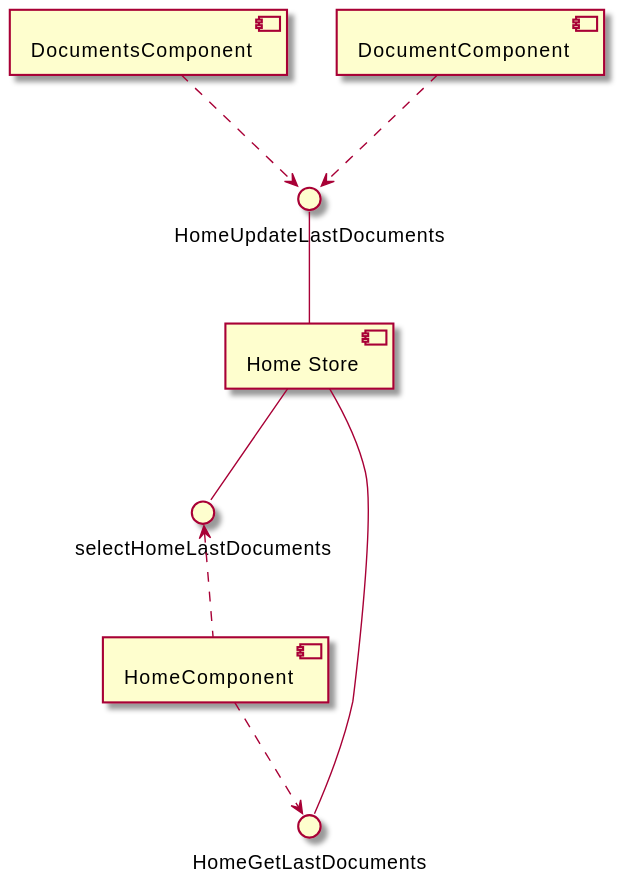
Above: documentation/out/puml/angular/home_store_component.svg in HISPAMUS/muret (PlantUML), before the change. Source of this version:
```plantuml
@startuml home_store_component
    [Home Store]
    HomeGetLastDocuments -- [Home Store]
    HomeUpdateLastDocuments -- [Home Store]
    [Home Store] -- selectHomeLastDocuments

    [HomeComponent] ..> HomeGetLastDocuments
    [DocumentsComponent] ..> HomeUpdateLastDocuments
    [DocumentComponent] ..> HomeUpdateLastDocuments
    selectHomeLastDocuments <.. [HomeComponent]
@enduml
```
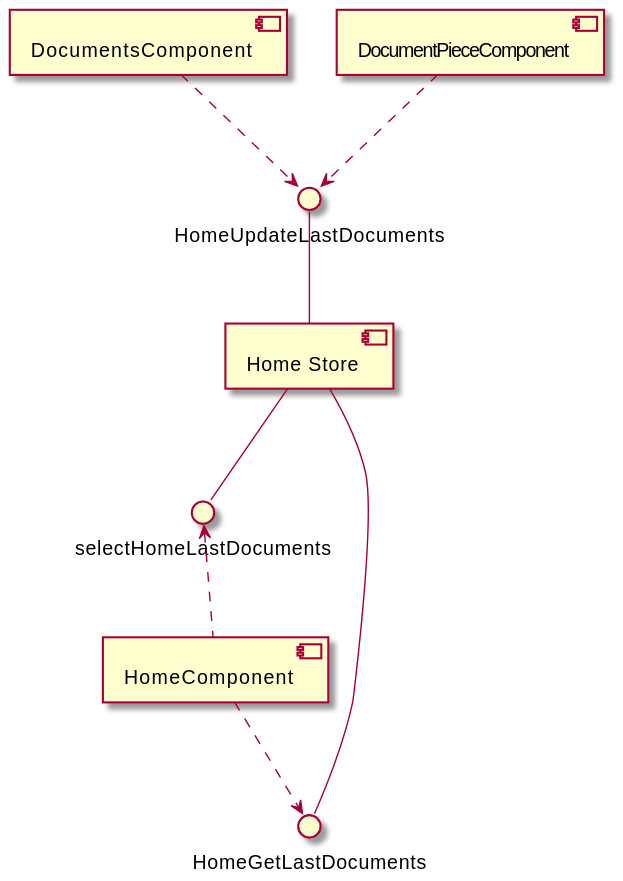
Above is the later version.

What changed in the source:
```diff
@@ -6,6 +6,6 @@
 
     [HomeComponent] ..> HomeGetLastDocuments
     [DocumentsComponent] ..> HomeUpdateLastDocuments
-    [DocumentComponent] ..> HomeUpdateLastDocuments
+    [DocumentPieceComponent] ..> HomeUpdateLastDocuments
     selectHomeLastDocuments <.. [HomeComponent]
 @enduml
```
